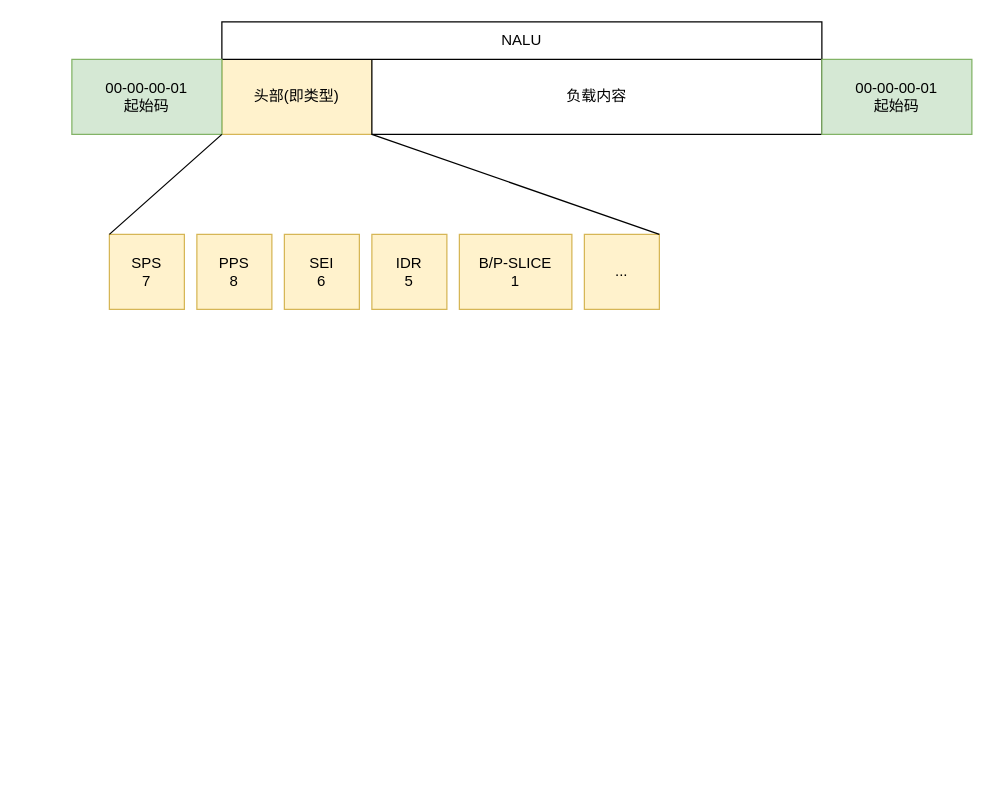
This is page "h264" (5 of 9) of 未命名绘图.drawio from chendong-2023/cmd, a draw.io file, before an edit. Source tidied: cells renumbered, new cells numbered last; positions are measured from the earlier drawing's top-left corner, leaving out a move shared by most shapes. Both pictures are drawn from the tidied source at 125%, with x=0, y=0 at pixel (71, 21).
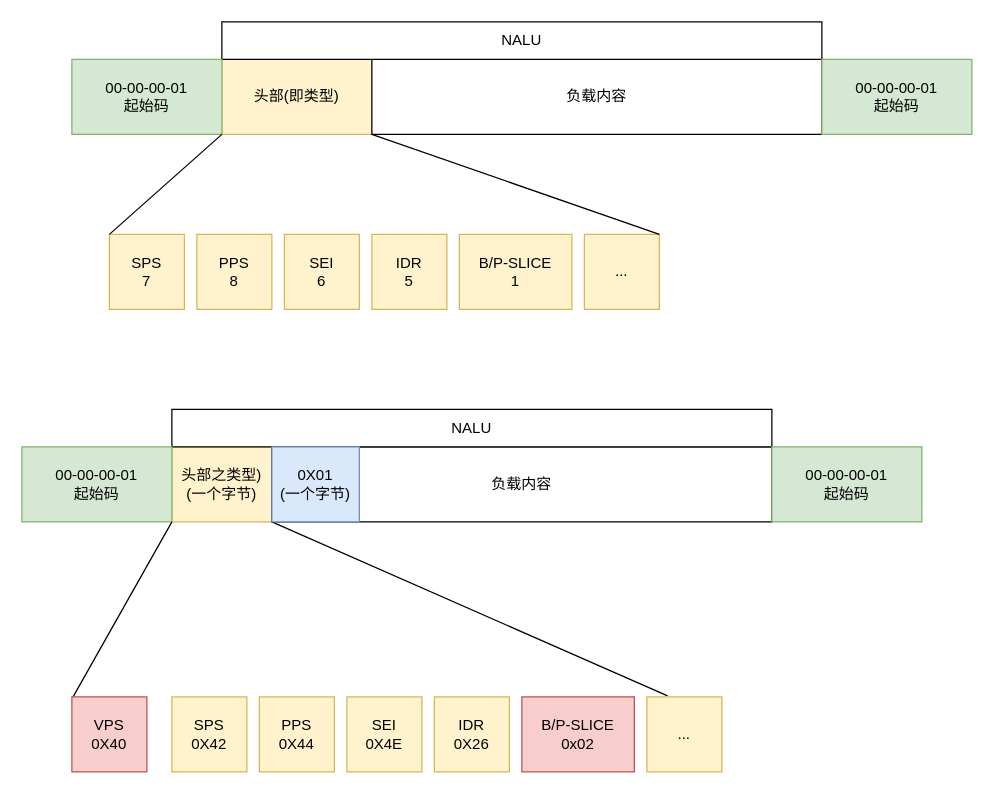
After the change.

Commit message:
更新未命名绘图.drawio

Diff of the diagram source:
```diff
@@
+    <mxCell id="15" value="头部之类型)&lt;br&gt;(一个字节)" style="whiteSpace=wrap;html=1;fillColor=#fff2cc;strokeColor=#d6b656;" parent="1" vertex="1">
+      <mxGeometry x="80" y="340" width="80" height="60" as="geometry" />
+    </mxCell>
+    <mxCell id="16" value="负载内容" style="whiteSpace=wrap;html=1;" parent="1" vertex="1">
+      <mxGeometry x="160" y="340" width="400" height="60" as="geometry" />
+    </mxCell>
+    <mxCell id="17" value="NALU" style="whiteSpace=wrap;html=1;" parent="1" vertex="1">
+      <mxGeometry x="80" y="310" width="480" height="30" as="geometry" />
+    </mxCell>
+    <mxCell id="18" value="00-00-00-01&lt;br&gt;起始码" style="whiteSpace=wrap;html=1;fillColor=#d5e8d4;strokeColor=#82b366;" parent="1" vertex="1">
+      <mxGeometry x="-40" y="340" width="120" height="60" as="geometry" />
+    </mxCell>
+    <mxCell id="19" value="00-00-00-01&lt;br&gt;起始码" style="whiteSpace=wrap;html=1;fillColor=#d5e8d4;strokeColor=#82b366;" parent="1" vertex="1">
+      <mxGeometry x="560" y="340" width="120" height="60" as="geometry" />
+    </mxCell>
+    <mxCell id="20" style="endArrow=none;html=1;rounded=0;exitX=0.001;exitY=0.021;exitDx=0;exitDy=0;exitPerimeter=0;" parent="1" edge="1">
+      <mxGeometry relative="1" as="geometry">
+        <mxPoint x="0.5" y="540.8" as="sourcePoint" />
+        <mxPoint x="80" y="400" as="targetPoint" />
+      </mxGeometry>
+    </mxCell>
+    <mxCell id="21" style="endArrow=none;html=1;rounded=0;entryX=0;entryY=1;entryDx=0;entryDy=0;exitX=0.993;exitY=-0.021;exitDx=0;exitDy=0;exitPerimeter=0;" parent="1" edge="1" target="16">
+      <mxGeometry relative="1" as="geometry">
+        <mxPoint x="476.6" y="539.2" as="sourcePoint" />
+      </mxGeometry>
+    </mxCell>
+    <mxCell id="22" value="SPS&lt;br&gt;0X42" style="whiteSpace=wrap;html=1;fillColor=#fff2cc;strokeColor=#d6b656;" parent="1" vertex="1">
+      <mxGeometry x="80" y="540" width="60" height="60" as="geometry" />
+    </mxCell>
+    <mxCell id="23" value="PPS&lt;br&gt;0X44" style="whiteSpace=wrap;html=1;fillColor=#fff2cc;strokeColor=#d6b656;" parent="1" vertex="1">
+      <mxGeometry x="150" y="540" width="60" height="60" as="geometry" />
+    </mxCell>
+    <mxCell id="24" value="SEI&lt;br&gt;0X4E" style="whiteSpace=wrap;html=1;fillColor=#fff2cc;strokeColor=#d6b656;" parent="1" vertex="1">
+      <mxGeometry x="220" y="540" width="60" height="60" as="geometry" />
+    </mxCell>
+    <mxCell id="25" value="IDR&lt;br&gt;0X26" style="whiteSpace=wrap;html=1;fillColor=#fff2cc;strokeColor=#d6b656;" parent="1" vertex="1">
+      <mxGeometry x="290" y="540" width="60" height="60" as="geometry" />
+    </mxCell>
+    <mxCell id="26" value="B/P-SLICE&lt;br&gt;0x02" style="whiteSpace=wrap;html=1;fillColor=#f8cecc;strokeColor=#b85450;" parent="1" vertex="1">
+      <mxGeometry x="360" y="540" width="90" height="60" as="geometry" />
+    </mxCell>
+    <mxCell id="27" value="..." style="whiteSpace=wrap;html=1;fillColor=#fff2cc;strokeColor=#d6b656;" parent="1" vertex="1">
+      <mxGeometry x="460" y="540" width="60" height="60" as="geometry" />
+    </mxCell>
+    <mxCell id="28" value="VPS&lt;br&gt;0X40" style="whiteSpace=wrap;html=1;fillColor=#f8cecc;strokeColor=#b85450;" parent="1" vertex="1">
+      <mxGeometry y="540" width="60" height="60" as="geometry" />
+    </mxCell>
+    <mxCell id="29" value="0X01&lt;br&gt;(一个字节)" style="whiteSpace=wrap;html=1;fillColor=#dae8fc;strokeColor=#6c8ebf;" parent="1" vertex="1">
+      <mxGeometry x="160" y="340" width="70" height="60" as="geometry" />
+    </mxCell>
```
